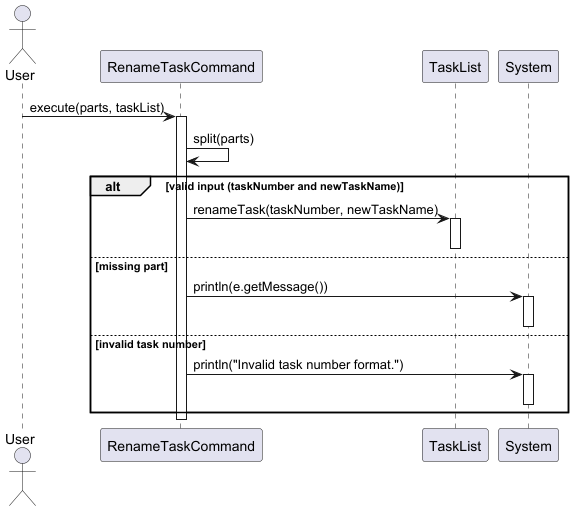
The PlantUML diagram docs/diagrams/tasklistcommands/RenameTaskCommandSequenceDiagram.png in wongyihao02/tp, before a commit.
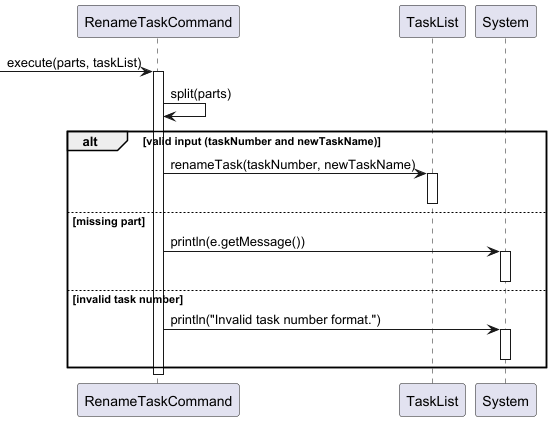
After the change.

Change to the diagram source:
```diff
@@ -1,12 +1,10 @@
 @startuml
-
-actor User
 
 participant "RenameTaskCommand" as RenameCmd
 participant "TaskList" as TaskList
 participant "System" as Console
 
-User -> RenameCmd : execute(parts, taskList)
+-> RenameCmd : execute(parts, taskList)
 activate RenameCmd
 
 RenameCmd -> RenameCmd : split(parts)
```
